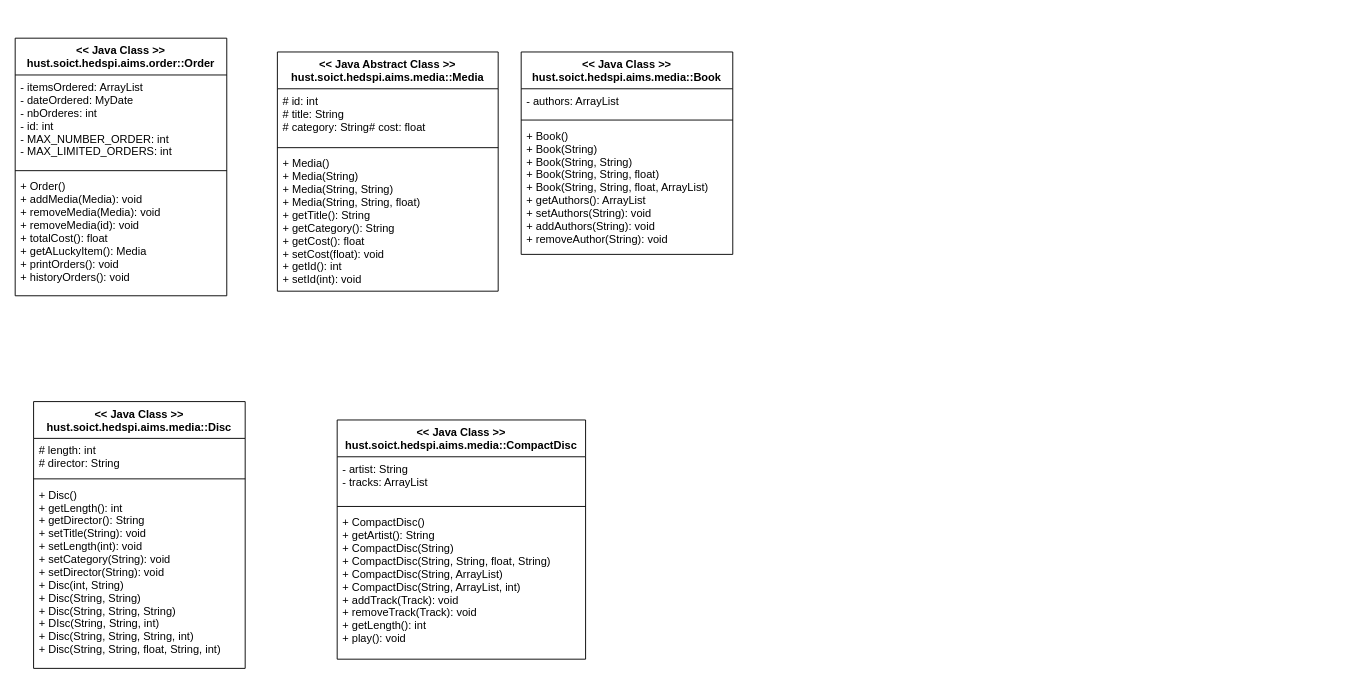
The draw.io diagram Untitled Diagram.drawio in Z-techIT/Aims, before the edit. Source tidied: cells renumbered, new cells numbered last; positions are measured from the earlier drawing's top-left corner, leaving out a move shared by most shapes. Both pictures are drawn from the tidied source at 92%, with x=0, y=0 at pixel (15, 38).
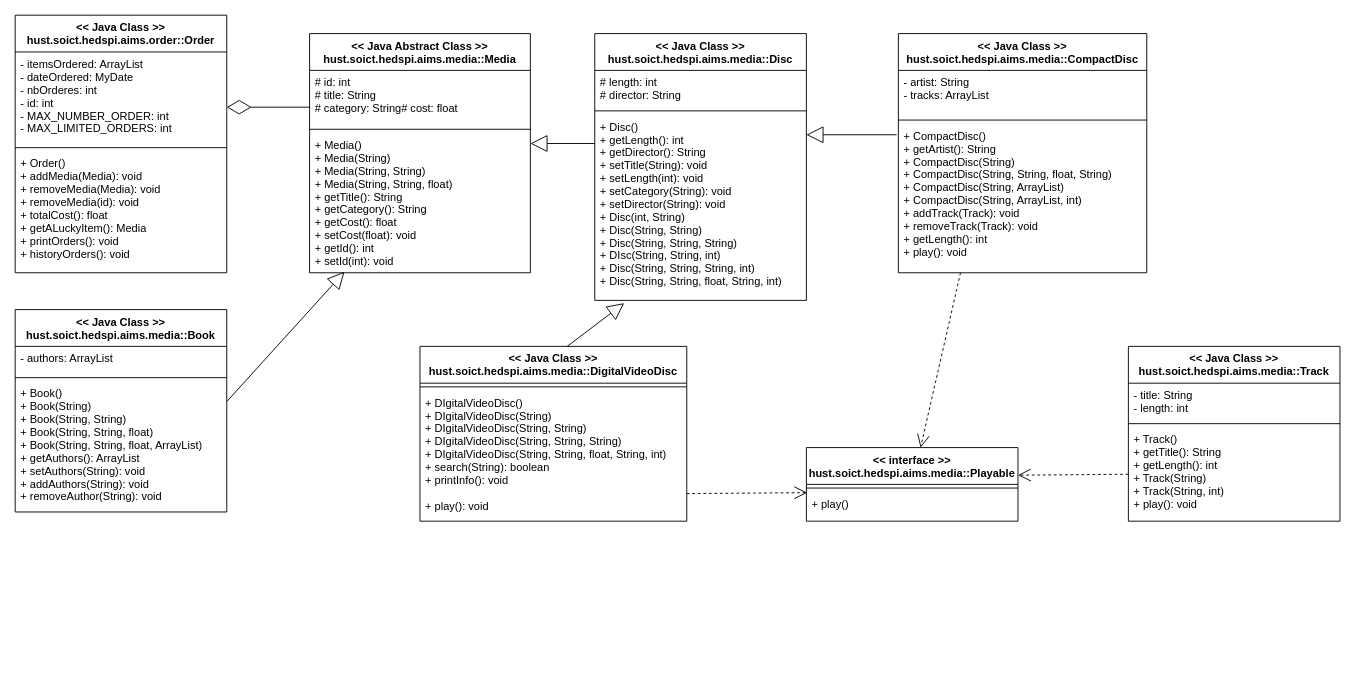
After the change.

Commit message:
Lab 07 UML complete

The change refers to these unchanged cells:
```xml
<mxCell id="13" value="+ Media()&#10;+ Media(String)&#10;+ Media(String, String)&#10;+ Media(String, String, float)&#10;+ getTitle(): String&#10;+ getCategory(): String&#10;+ getCost(): float&#10;+ setCost(float): void&#10;+ getId(): int&#10;+ setId(int): void&#10;&#10;" style="text;strokeColor=none;fillColor=none;align=left;verticalAlign=top;spacingLeft=4;spacingRight=4;overflow=hidden;points=[[0,0.5],[1,0.5]];portConstraint=eastwest;" parent="10" vertex="1">
  <mxGeometry y="108" width="240" height="152" as="geometry" />
</mxCell>
<mxCell id="17" value="+ Disc()&#10;+ getLength(): int&#10;+ getDirector(): String&#10;+ setTitle(String): void&#10;+ setLength(int): void&#10;+ setCategory(String): void&#10;+ setDirector(String): void&#10;+ Disc(int, String)&#10;+ Disc(String, String)&#10;+ Disc(String, String, String)&#10;+ DIsc(String, String, int)&#10;+ Disc(String, String, String, int)&#10;+ Disc(String, String, float, String, int)&#10;" style="text;strokeColor=none;fillColor=none;align=left;verticalAlign=top;spacingLeft=4;spacingRight=4;overflow=hidden;points=[[0,0.5],[1,0.5]];portConstraint=eastwest;" parent="14" vertex="1">
  <mxGeometry y="88" width="230" height="202" as="geometry" />
</mxCell>
<mxCell id="21" value="+ CompactDisc()&#10;+ getArtist(): String&#10;+ CompactDisc(String)&#10;+ CompactDisc(String, String, float, String)&#10;+ CompactDisc(String, ArrayList)&#10;+ CompactDisc(String, ArrayList, int)&#10;+ addTrack(Track): void&#10;+ removeTrack(Track): void &#10;+ getLength(): int&#10;+ play(): void &#10;" style="text;strokeColor=none;fillColor=none;align=left;verticalAlign=top;spacingLeft=4;spacingRight=4;overflow=hidden;points=[[0,0.5],[1,0.5]];portConstraint=eastwest;" parent="18" vertex="1">
  <mxGeometry y="98" width="270" height="162" as="geometry" />
</mxCell>
```

Change to the diagram source:
```diff
@@
     <mxCell id="2" value="&lt;&lt; Java Class &gt;&gt;&#10;hust.soict.hedspi.aims.order::Order" style="swimlane;fontStyle=1;align=center;verticalAlign=top;horizontal=1;startSize=40;" parent="1" vertex="1">
-      <mxGeometry width="230" height="280" as="geometry" />
+      <mxGeometry y="-25" width="230" height="280" as="geometry" />
     </mxCell>
@@
     <mxCell id="6" value="&lt;&lt; Java Class &gt;&gt;&#10;hust.soict.hedspi.aims.media::Book" style="swimlane;fontStyle=1;align=center;verticalAlign=top;horizontal=1;startSize=40;" parent="1" vertex="1">
-      <mxGeometry x="550" y="15" width="230" height="220" as="geometry" />
+      <mxGeometry y="295" width="230" height="220" as="geometry" />
     </mxCell>
@@
     <mxCell id="10" value="&lt;&lt; Java Abstract Class &gt;&gt;&#10;hust.soict.hedspi.aims.media::Media" style="swimlane;fontStyle=1;align=center;verticalAlign=top;horizontal=1;startSize=40;" parent="1" vertex="1">
-      <mxGeometry x="285" y="15" width="240" height="260" as="geometry" />
+      <mxGeometry x="320" y="-5" width="240" height="260" as="geometry" />
     </mxCell>
@@
     <mxCell id="14" value="&lt;&lt; Java Class &gt;&gt;&#10;hust.soict.hedspi.aims.media::Disc" style="swimlane;fontStyle=1;align=center;verticalAlign=top;horizontal=1;startSize=40;" parent="1" vertex="1">
-      <mxGeometry x="20" y="395" width="230" height="290" as="geometry" />
+      <mxGeometry x="630" y="-5" width="230" height="290" as="geometry" />
     </mxCell>
@@
     <mxCell id="18" value="&lt;&lt; Java Class &gt;&gt;&#10;hust.soict.hedspi.aims.media::CompactDisc" style="swimlane;fontStyle=1;align=center;verticalAlign=top;horizontal=1;startSize=40;" parent="1" vertex="1">
-      <mxGeometry x="350" y="415" width="270" height="260" as="geometry" />
+      <mxGeometry x="960" y="-5" width="270" height="260" as="geometry" />
     </mxCell>
@@
+    <mxCell id="22" value="&lt;&lt; Java Class &gt;&gt;&#10;hust.soict.hedspi.aims.media::DigitalVideoDisc" style="swimlane;fontStyle=1;align=center;verticalAlign=top;horizontal=1;startSize=40;" parent="1" vertex="1">
+      <mxGeometry x="440" y="335" width="290" height="190" as="geometry" />
+    </mxCell>
+    <mxCell id="23" style="line;strokeWidth=1;fillColor=none;align=left;verticalAlign=middle;spacingTop=-1;spacingLeft=3;spacingRight=3;labelPosition=right;" parent="22" vertex="1">
+      <mxGeometry y="40" width="290" height="8" as="geometry" />
+    </mxCell>
+    <mxCell id="24" value="+ DIgitalVideoDisc()&#10;+ DIgitalVideoDisc(String)&#10;+ DIgitalVideoDisc(String, String)&#10;+ DIgitalVideoDisc(String, String, String)&#10;+ DIgitalVideoDisc(String, String, float, String, int)&#10;+ search(String): boolean&#10;+ printInfo(): void &#10;&#10;+ play(): void &#10;" style="text;strokeColor=none;fillColor=none;align=left;verticalAlign=top;spacingLeft=4;spacingRight=4;overflow=hidden;" parent="22" vertex="1">
+      <mxGeometry y="48" width="290" height="142" as="geometry" />
+    </mxCell>
+    <mxCell id="25" value="&lt;&lt; interface &gt;&gt;&#10;hust.soict.hedspi.aims.media::Playable" style="swimlane;fontStyle=1;align=center;verticalAlign=top;horizontal=1;startSize=40;" parent="1" vertex="1">
+      <mxGeometry x="860" y="445" width="230" height="80" as="geometry" />
+    </mxCell>
+    <mxCell id="26" style="line;strokeWidth=1;fillColor=none;align=left;verticalAlign=middle;spacingTop=-1;spacingLeft=3;spacingRight=3;labelPosition=right;" parent="25" vertex="1">
+      <mxGeometry y="40" width="230" height="8" as="geometry" />
+    </mxCell>
+    <mxCell id="27" style="endArrow=open;endSize=12;dashed=1;html=1;rounded=0;entryX=0.004;entryY=0.031;entryDx=0;entryDy=0;entryPerimeter=0;" parent="25" edge="1" target="28">
+      <mxGeometry x="-0.08" y="50" relative="1" as="geometry">
+        <mxPoint x="-130" y="50" as="sourcePoint" />
+      </mxGeometry>
+    </mxCell>
+    <mxCell id="28" value="+ play()" style="text;strokeColor=none;fillColor=none;align=left;verticalAlign=top;spacingLeft=4;spacingRight=4;overflow=hidden;points=[[0,0.5],[1,0.5]];portConstraint=eastwest;" parent="25" vertex="1">
+      <mxGeometry y="48" width="230" height="32" as="geometry" />
+    </mxCell>
+    <mxCell id="29" value="&lt;&lt; Java Class &gt;&gt;&#10;hust.soict.hedspi.aims.media::Track" style="swimlane;fontStyle=1;align=center;verticalAlign=top;horizontal=1;startSize=40;" parent="1" vertex="1">
+      <mxGeometry x="1210" y="335" width="230" height="190" as="geometry" />
+    </mxCell>
+    <mxCell id="30" value="- title: String&#10;- length: int&#10;" style="text;strokeColor=none;fillColor=none;align=left;verticalAlign=top;spacingLeft=4;spacingRight=4;overflow=hidden;" parent="29" vertex="1">
+      <mxGeometry y="40" width="230" height="40" as="geometry" />
+    </mxCell>
+    <mxCell id="31" style="line;strokeWidth=1;fillColor=none;align=left;verticalAlign=middle;spacingTop=-1;spacingLeft=3;spacingRight=3;labelPosition=right;" parent="29" vertex="1">
+      <mxGeometry y="80" width="230" height="8" as="geometry" />
+    </mxCell>
+    <mxCell id="32" value="+ Track()&#10;+ getTitle(): String&#10;+ getLength(): int&#10;+ Track(String)&#10;+ Track(String, int)&#10;+ play(): void &#10;" style="text;strokeColor=none;fillColor=none;align=left;verticalAlign=top;spacingLeft=4;spacingRight=4;overflow=hidden;points=[[0,0.5],[1,0.5]];portConstraint=eastwest;" parent="29" vertex="1">
+      <mxGeometry y="88" width="230" height="102" as="geometry" />
+    </mxCell>
+    <mxCell id="33" style="endArrow=block;endSize=16;endFill=0;html=1;rounded=0;entryX=0.158;entryY=0.993;entryDx=0;entryDy=0;entryPerimeter=0;" parent="1" edge="1" target="13">
+      <mxGeometry x="-0.12" y="40" relative="1" as="geometry">
+        <mxPoint x="230" y="395" as="sourcePoint" />
+      </mxGeometry>
+    </mxCell>
+    <mxCell id="34" style="endArrow=block;endSize=16;endFill=0;html=1;rounded=0;" parent="1" edge="1">
+      <mxGeometry x="-0.12" y="40" relative="1" as="geometry">
+        <mxPoint x="630" y="114.5" as="sourcePoint" />
+        <mxPoint x="560" y="114.5" as="targetPoint" />
+      </mxGeometry>
+    </mxCell>
+    <mxCell id="35" style="endArrow=block;endSize=16;endFill=0;html=1;rounded=0;entryX=0.139;entryY=1.015;entryDx=0;entryDy=0;entryPerimeter=0;" parent="1" edge="1" target="17">
+      <mxGeometry x="-0.12" y="40" relative="1" as="geometry">
+        <mxPoint x="600" y="335" as="sourcePoint" />
+      </mxGeometry>
+    </mxCell>
+    <mxCell id="36" style="endArrow=diamondThin;endFill=0;endSize=24;html=1;rounded=0;" parent="1" edge="1">
+      <mxGeometry relative="1" as="geometry">
+        <mxPoint x="320" y="75" as="sourcePoint" />
+        <mxPoint x="230" y="75" as="targetPoint" />
+      </mxGeometry>
+    </mxCell>
+    <mxCell id="37" style="endArrow=block;endSize=16;endFill=0;html=1;rounded=0;exitX=-0.007;exitY=0.074;exitDx=0;exitDy=0;exitPerimeter=0;" parent="1" edge="1" source="21">
+      <mxGeometry x="-0.12" y="40" relative="1" as="geometry">
+        <mxPoint x="860" y="105" as="targetPoint" />
+      </mxGeometry>
+    </mxCell>
+    <mxCell id="38" style="endArrow=open;endSize=12;dashed=1;html=1;rounded=0;exitX=0.25;exitY=1;exitDx=0;exitDy=0;" parent="1" edge="1" source="18" target="25">
+      <mxGeometry x="-0.08" y="50" relative="1" as="geometry" />
+    </mxCell>
+    <mxCell id="39" style="endArrow=open;endSize=12;dashed=1;html=1;rounded=0;exitX=0;exitY=0.5;exitDx=0;exitDy=0;" parent="1" edge="1" source="32">
+      <mxGeometry x="-0.08" y="50" relative="1" as="geometry">
+        <mxPoint x="1090" y="475" as="targetPoint" />
+      </mxGeometry>
+    </mxCell>
```
